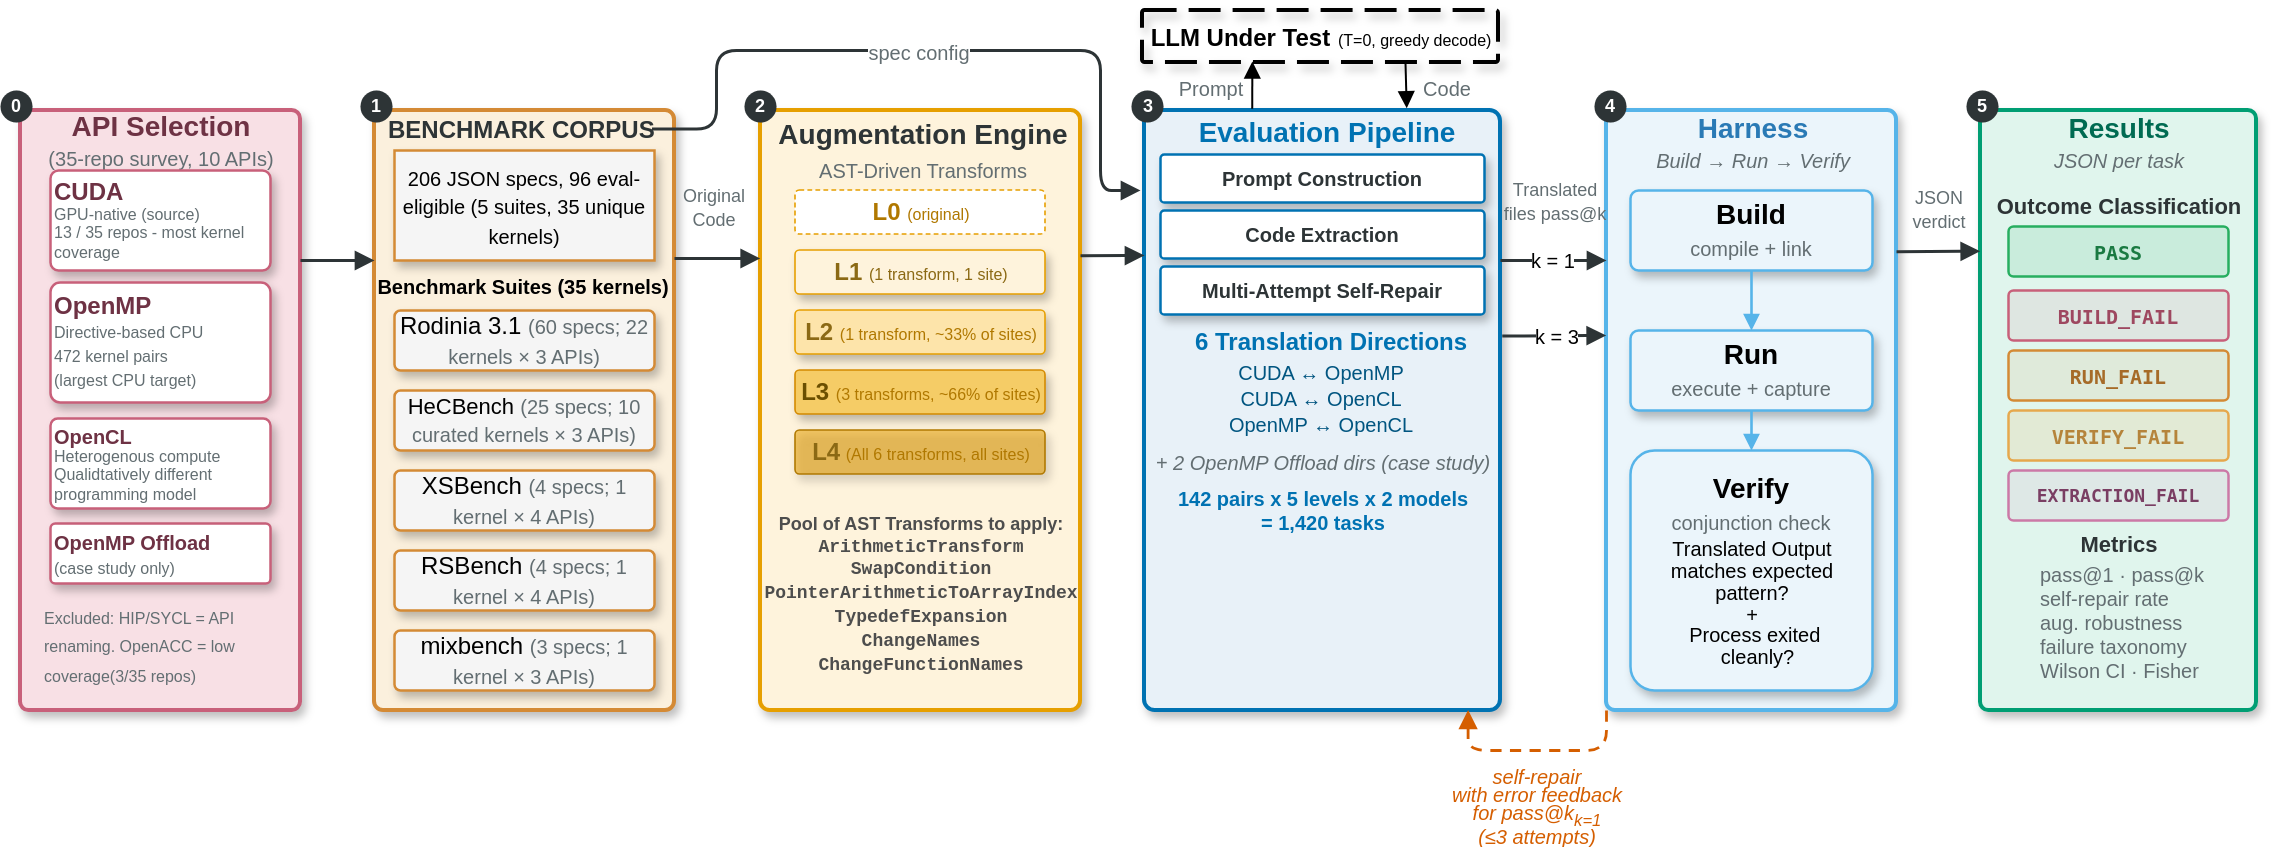
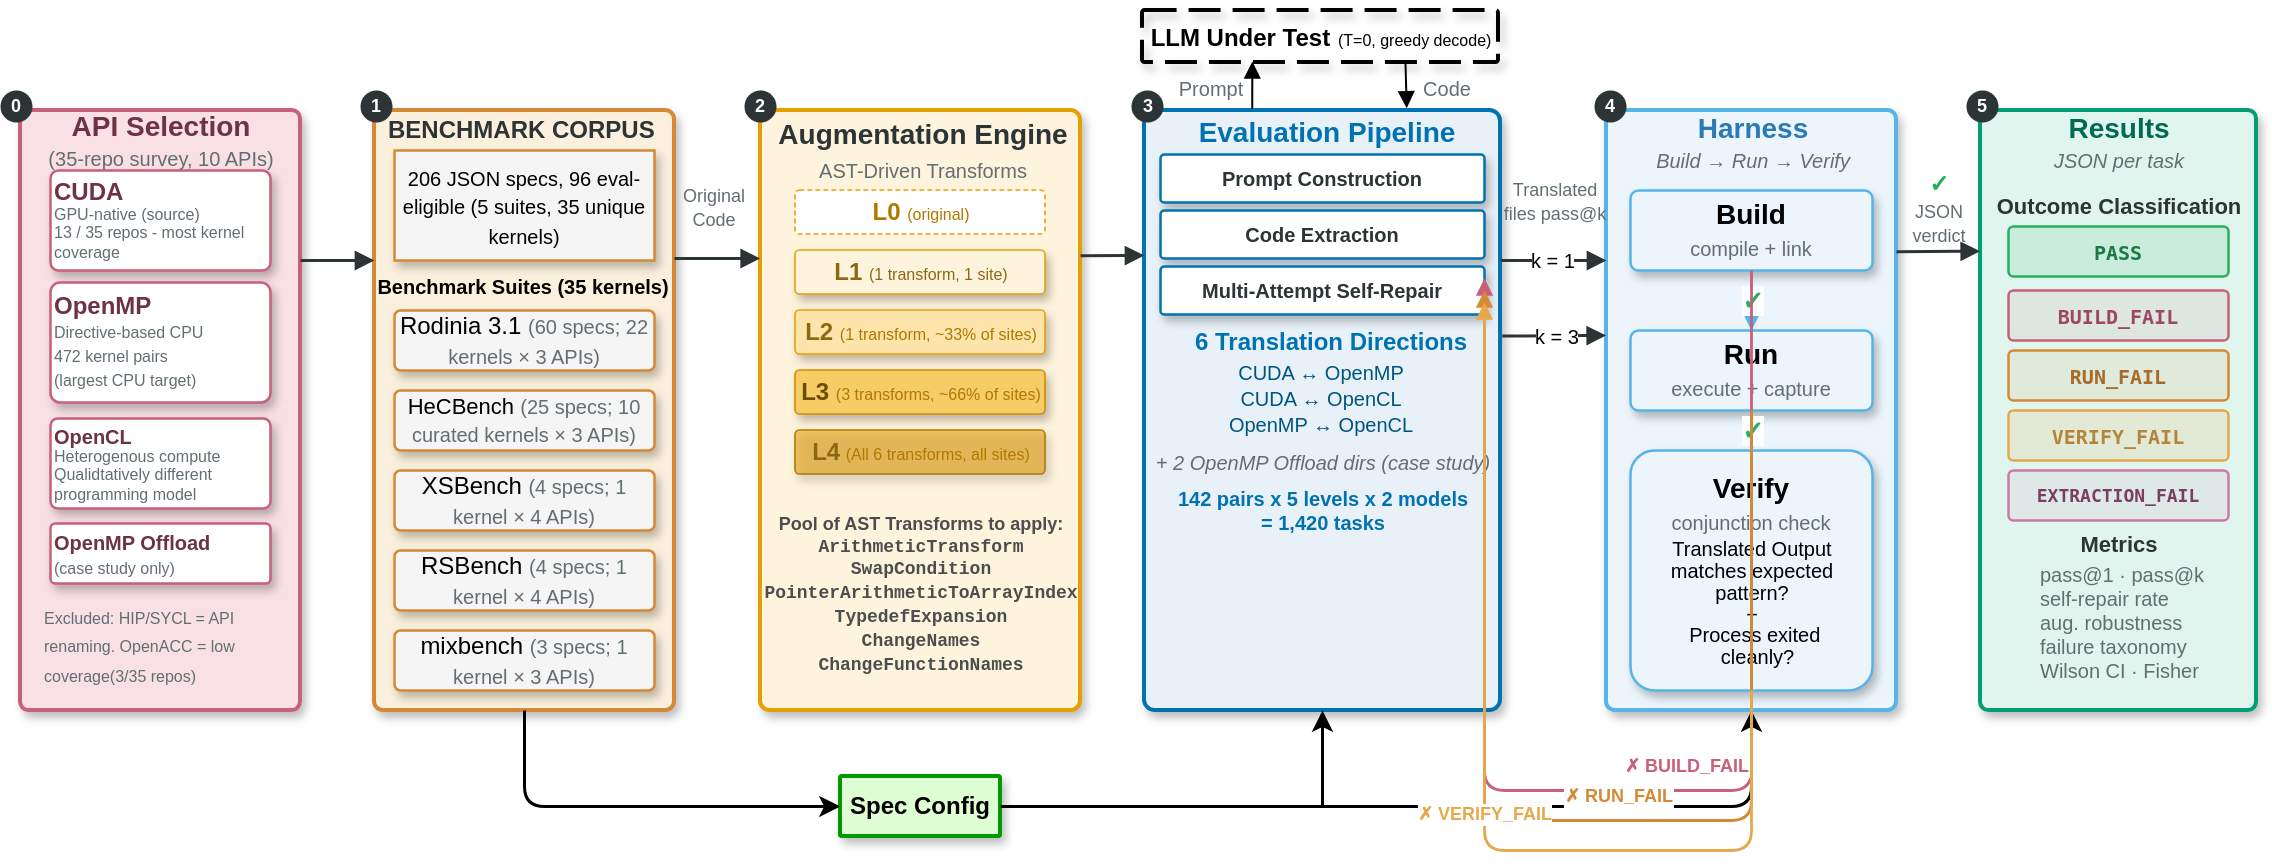
<mxfile host="Electron" agent="Mozilla/5.0 (Macintosh; Intel Mac OS X 10_15_7) AppleWebKit/537.36 (KHTML, like Gecko) draw.io/29.6.6 Chrome/144.0.7559.236 Electron/40.8.4 Safari/537.36" version="29.6.6">
  <diagram name="Page-1" id="bUnr9loA30vD7awPn5Ir">
-     <mxGraphModel dx="2242" dy="771" grid="1" gridSize="10" guides="1" tooltips="1" connect="1" arrows="1" fold="1" page="1" pageScale="1" pageWidth="990" pageHeight="600" background="#ffffff" math="0" shadow="0">
+     <mxGraphModel dx="2107" dy="688" grid="1" gridSize="10" guides="1" tooltips="1" connect="1" arrows="1" fold="1" page="1" pageScale="1" pageWidth="990" pageHeight="600" background="#ffffff" math="0" shadow="0">
      <root>
        <mxCell id="0" />
        <mxCell id="1" parent="0" />
        <mxCell id="akmjjUN86HI4yd5fyELq-2" parent="1" style="rounded=1;whiteSpace=wrap;html=1;arcSize=3;fillColor=#F8E0E5;strokeColor=#C8607A;strokeWidth=2;shadow=1;glass=0;gradientColor=none;" value="" vertex="1">
          <mxGeometry height="300" width="140" x="-170" y="110" as="geometry" />
        </mxCell>
        <mxCell id="llm_container" parent="1" style="rounded=1;arcSize=5;fillColor=none;strokeColor=#000000;strokeWidth=2;dashed=1;dashPattern=8 3;shadow=1;labelBackgroundColor=none;html=1;autosizeText=1;fontSize=14;" value="&lt;b&gt;&lt;font style=&quot;font-size: 12px;&quot;&gt;LLM Under Test&lt;/font&gt;&lt;/b&gt;&amp;nbsp;&lt;font style=&quot;font-size: 8px;&quot;&gt;(T=0, greedy decode)&lt;/font&gt;" vertex="1">
          <mxGeometry height="26" width="178" x="391" y="60" as="geometry" />
        </mxCell>
        <mxCell id="benchmark_container" parent="1" style="rounded=1;whiteSpace=wrap;html=1;arcSize=3;fillColor=#FBF0DD;strokeColor=#D48A35;strokeWidth=2;shadow=1;" value="" vertex="1">
          <mxGeometry height="300" width="150" x="7" y="110" as="geometry" />
        </mxCell>
-         <mxCell id="specs" parent="1" style="shape=document;whiteSpace=wrap;html=1;boundedLbl=1;size=0;fillColor=#F5F5F5;strokeColor=#D48A35;strokeWidth=1.25;rounded=0;shadow=1;perimeter=rhombusPerimeter;" value="&lt;font style=&quot;font-size: 11px;&quot;&gt;&lt;span style=&quot;font-size: 10px; text-align: left; line-height: 90%;&quot;&gt;206 JSON specs, 96 eval-eligible (5 suites, 35 unique kernels)&lt;/span&gt;&lt;br&gt;&lt;/font&gt;" vertex="1">
+         <mxCell id="specs" parent="1" style="shape=document;whiteSpace=wrap;html=1;boundedLbl=1;size=0;fillColor=#F5F5F5;strokeColor=#D48A35;strokeWidth=1.25;rounded=1;shadow=1;perimeter=rhombusPerimeter;" value="&lt;font style=&quot;font-size: 11px;&quot;&gt;&lt;span style=&quot;font-size: 10px; text-align: left; line-height: 90%;&quot;&gt;206 JSON specs, 96 eval-eligible (5 suites, 35 unique kernels)&lt;/span&gt;&lt;br&gt;&lt;/font&gt;" vertex="1">
          <mxGeometry height="55" width="130" x="17" y="130" as="geometry" />
        </mxCell>
-         <mxCell id="suites_header" parent="1" style="text;html=1;align=center;verticalAlign=middle;fontSize=12;fontColor=#2D3436;" value="&lt;b&gt;&lt;font style=&quot;color: rgb(0, 0, 0); font-size: 10px;&quot;&gt;Benchmark Suites (35 kernels)&lt;/font&gt;&lt;/b&gt;" vertex="1">
+         <mxCell id="suites_header" parent="1" style="text;html=1;align=center;verticalAlign=middle;fontSize=12;fontColor=#2D3436;rounded=1;" value="&lt;b&gt;&lt;font style=&quot;color: rgb(0, 0, 0); font-size: 10px;&quot;&gt;Benchmark Suites (35 kernels)&lt;/font&gt;&lt;/b&gt;" vertex="1">
          <mxGeometry height="20" width="130" x="15.75" y="188" as="geometry" />
        </mxCell>
        <mxCell id="rodinia" parent="1" style="rounded=1;whiteSpace=wrap;html=1;arcSize=10;fillColor=#F5F5F5;strokeColor=#D48A35;strokeWidth=1.25;fontSize=12;shadow=1;" value="Rodinia 3.1&amp;nbsp;&lt;font style=&quot;font-size: 10px; color: rgb(99, 110, 114);&quot;&gt;&lt;font&gt;(&lt;/font&gt;&lt;font&gt;&lt;span style=&quot;text-align: left;&quot;&gt;60 specs; 22 kernels × 3 APIs)&lt;/span&gt;&lt;/font&gt;&lt;/font&gt;" vertex="1">
          <mxGeometry height="30" width="130" x="17" y="210" as="geometry" />
        </mxCell>
        <mxCell id="xsbench" parent="1" style="rounded=1;whiteSpace=wrap;html=1;arcSize=10;fillColor=#F5F5F5;strokeColor=#D48A35;strokeWidth=1.25;fontSize=12;shadow=1;" value="XSBench&amp;nbsp;&lt;span style=&quot;color: rgb(99, 110, 114); font-size: 10px;&quot;&gt;(4 specs;&amp;nbsp;&lt;/span&gt;&lt;span style=&quot;color: rgb(99, 110, 114); font-size: 10px; text-align: left;&quot;&gt;1 kernel&amp;nbsp;&lt;/span&gt;&lt;span style=&quot;color: rgb(99, 110, 114); font-size: 10px; text-align: left;&quot;&gt;×&lt;/span&gt;&lt;span style=&quot;color: rgb(99, 110, 114); font-size: 10px; text-align: left;&quot;&gt;&amp;nbsp;4 APIs&lt;/span&gt;&lt;span style=&quot;color: rgb(99, 110, 114); font-size: 10px;&quot;&gt;)&lt;/span&gt;" vertex="1">
          <mxGeometry height="30" width="130" x="17" y="290" as="geometry" />
        </mxCell>
        <mxCell id="rsbench" parent="1" style="rounded=1;whiteSpace=wrap;html=1;arcSize=10;fillColor=#F5F5F5;strokeColor=#D48A35;strokeWidth=1.25;fontSize=12;shadow=1;" value="RSBench&amp;nbsp;&lt;span style=&quot;color: rgb(99, 110, 114); font-size: 10px;&quot;&gt;(4 specs;&amp;nbsp;&lt;/span&gt;&lt;span style=&quot;color: rgb(99, 110, 114); font-size: 10px; text-align: left;&quot;&gt;1 kernel&amp;nbsp;&lt;/span&gt;&lt;span style=&quot;color: rgb(99, 110, 114); font-size: 10px; text-align: left;&quot;&gt;×&lt;/span&gt;&lt;span style=&quot;color: rgb(99, 110, 114); font-size: 10px; text-align: left;&quot;&gt;&amp;nbsp;4 APIs&lt;/span&gt;&lt;span style=&quot;color: rgb(99, 110, 114); font-size: 10px;&quot;&gt;)&lt;/span&gt;" vertex="1">
          <mxGeometry height="30" width="130" x="17" y="330" as="geometry" />
        </mxCell>
        <mxCell id="mixbench" parent="1" style="rounded=1;whiteSpace=wrap;html=1;arcSize=10;fillColor=#F5F5F5;strokeColor=#D48A35;strokeWidth=1.25;fontSize=12;shadow=1;" value="mixbench&amp;nbsp;&lt;span style=&quot;color: rgb(99, 110, 114); font-size: 10px;&quot;&gt;(3 specs;&amp;nbsp;&lt;/span&gt;&lt;span style=&quot;color: rgb(99, 110, 114); font-size: 10px; text-align: left;&quot;&gt;1 kernel&amp;nbsp;&lt;/span&gt;&lt;span style=&quot;color: rgb(99, 110, 114); font-size: 10px; text-align: left;&quot;&gt;×&lt;/span&gt;&lt;span style=&quot;color: rgb(99, 110, 114); font-size: 10px; text-align: left;&quot;&gt;&amp;nbsp;3 APIs&lt;/span&gt;&lt;span style=&quot;color: rgb(99, 110, 114); font-size: 10px;&quot;&gt;)&lt;/span&gt;" vertex="1">
          <mxGeometry height="30" width="130" x="17" y="370" as="geometry" />
        </mxCell>
        <mxCell id="hecbench" parent="1" style="rounded=1;whiteSpace=wrap;html=1;arcSize=10;fillColor=#F5F5F5;strokeColor=#D48A35;strokeWidth=1.25;fontSize=11;shadow=1;" value="HeCBench &lt;font style=&quot;font-size: 10px; color: rgb(99, 110, 114);&quot;&gt;(25 specs;&amp;nbsp;&lt;span style=&quot;text-align: left;&quot;&gt;10 curated kernels&amp;nbsp;&lt;/span&gt;&lt;span style=&quot;text-align: left;&quot;&gt;×&lt;/span&gt;&lt;span style=&quot;text-align: left;&quot;&gt;&amp;nbsp;3 APIs&lt;/span&gt;)&lt;/font&gt;" vertex="1">
          <mxGeometry height="30" width="130" x="17" y="250" as="geometry" />
        </mxCell>
        <mxCell id="aug_container" parent="1" style="rounded=1;whiteSpace=wrap;html=1;arcSize=3;fillColor=#FEF3DC;strokeColor=#E69F00;strokeWidth=2;shadow=1;" value="" vertex="1">
          <mxGeometry height="300" width="160" x="200" y="110" as="geometry" />
        </mxCell>
-         <mxCell id="aug_title1" parent="1" style="text;html=1;align=center;verticalAlign=middle;fontColor=#2D3436;" value="&lt;b style=&quot;&quot;&gt;&lt;font style=&quot;font-size: 14px;&quot;&gt;Augmentation Engine&lt;br&gt;&lt;/font&gt;&lt;/b&gt;&lt;span style=&quot;color: rgb(99, 110, 114); font-size: 10px;&quot;&gt;AST-Driven Transforms&lt;/span&gt;&lt;b style=&quot;&quot;&gt;&lt;font style=&quot;font-size: 14px;&quot;&gt;&lt;/font&gt;&lt;/b&gt;" vertex="1">
+         <mxCell id="aug_title1" parent="1" style="text;html=1;align=center;verticalAlign=middle;fontColor=#2D3436;rounded=1;" value="&lt;b style=&quot;&quot;&gt;&lt;font style=&quot;font-size: 14px;&quot;&gt;Augmentation Engine&lt;br&gt;&lt;/font&gt;&lt;/b&gt;&lt;span style=&quot;color: rgb(99, 110, 114); font-size: 10px;&quot;&gt;AST-Driven Transforms&lt;/span&gt;&lt;b style=&quot;&quot;&gt;&lt;font style=&quot;font-size: 14px;&quot;&gt;&lt;/font&gt;&lt;/b&gt;" vertex="1">
          <mxGeometry height="30" width="145" x="208" y="115" as="geometry" />
        </mxCell>
-         <mxCell id="aug_transforms1" parent="1" style="text;html=1;align=center;verticalAlign=middle;fontSize=9;fontColor=#636e72;" value="&lt;div style=&quot;&quot;&gt;&lt;b style=&quot;color: rgb(77, 77, 77);&quot;&gt;Pool of AST Transforms to apply:&lt;/b&gt;&lt;/div&gt;&lt;div style=&quot;&quot;&gt;&lt;b style=&quot;color: rgb(77, 77, 77); font-family: &amp;quot;Courier New&amp;quot;;&quot;&gt;ArithmeticTransform&lt;br&gt;SwapCondition&lt;/b&gt;&lt;/div&gt;&lt;div style=&quot;&quot;&gt;&lt;b style=&quot;color: rgb(77, 77, 77); font-family: &amp;quot;Courier New&amp;quot;;&quot;&gt;PointerArithmeticToArrayIndex&lt;/b&gt;&lt;/div&gt;&lt;div style=&quot;&quot;&gt;&lt;b style=&quot;color: rgb(77, 77, 77); font-family: &amp;quot;Courier New&amp;quot;;&quot;&gt;TypedefExpansion&lt;br&gt;ChangeNames&lt;br&gt;ChangeFunctionNames&lt;/b&gt;&lt;/div&gt;" vertex="1">
+         <mxCell id="aug_transforms1" parent="1" style="text;html=1;align=center;verticalAlign=middle;fontSize=9;fontColor=#636e72;rounded=1;" value="&lt;div style=&quot;&quot;&gt;&lt;b style=&quot;color: rgb(77, 77, 77);&quot;&gt;Pool of AST Transforms to apply:&lt;/b&gt;&lt;/div&gt;&lt;div style=&quot;&quot;&gt;&lt;b style=&quot;color: rgb(77, 77, 77); font-family: &amp;quot;Courier New&amp;quot;;&quot;&gt;ArithmeticTransform&lt;br&gt;SwapCondition&lt;/b&gt;&lt;/div&gt;&lt;div style=&quot;&quot;&gt;&lt;b style=&quot;color: rgb(77, 77, 77); font-family: &amp;quot;Courier New&amp;quot;;&quot;&gt;PointerArithmeticToArrayIndex&lt;/b&gt;&lt;/div&gt;&lt;div style=&quot;&quot;&gt;&lt;b style=&quot;color: rgb(77, 77, 77); font-family: &amp;quot;Courier New&amp;quot;;&quot;&gt;TypedefExpansion&lt;br&gt;ChangeNames&lt;br&gt;ChangeFunctionNames&lt;/b&gt;&lt;/div&gt;" vertex="1">
          <mxGeometry height="14" width="144" x="208" y="345" as="geometry" />
        </mxCell>
        <mxCell id="L0" parent="1" style="rounded=1;whiteSpace=wrap;html=1;arcSize=10;fillColor=#FFFFFF;strokeColor=#E69F00;strokeWidth=0.8;dashed=1;dashPattern=3 2;fontSize=10;fontStyle=1;fontColor=#B07800;" value="&lt;font style=&quot;font-size: 12px;&quot;&gt;L0 &lt;/font&gt;&lt;font style=&quot;font-size: 8px; font-weight: normal;&quot;&gt;(original)&lt;/font&gt;" vertex="1">
          <mxGeometry height="22" width="125" x="217.5" y="150" as="geometry" />
        </mxCell>
        <mxCell id="L1" parent="1" style="rounded=1;whiteSpace=wrap;html=1;arcSize=10;fillColor=#FEF3DC;strokeColor=#E69F00;strokeWidth=0.8;fontSize=10;fontStyle=1;fontColor=#8B6914;shadow=1;align=center;" value="&lt;font style=&quot;&quot;&gt;&lt;span style=&quot;font-size: 12px;&quot;&gt;L1&amp;nbsp;&lt;/span&gt;&lt;font style=&quot;font-size: 8px; font-weight: normal;&quot;&gt;(1 transform, 1 site)&lt;/font&gt;&lt;/font&gt;" vertex="1">
          <mxGeometry height="22" width="125" x="217.5" y="180" as="geometry" />
        </mxCell>
        <mxCell id="L2" parent="1" style="rounded=1;whiteSpace=wrap;html=1;arcSize=10;fillColor=#FDE4AA;strokeColor=#E69F00;strokeWidth=0.8;fontSize=10;fontStyle=1;fontColor=#8B6914;shadow=1;align=center;" value="&lt;font style=&quot;&quot;&gt;&lt;span style=&quot;font-size: 12px;&quot;&gt;L2&amp;nbsp;&lt;/span&gt;&lt;font style=&quot;color: rgb(176, 120, 0); font-size: 8px; font-weight: normal;&quot;&gt;(1 transform, ~33% of sites)&lt;/font&gt;&lt;/font&gt;" vertex="1">
          <mxGeometry height="22" width="125" x="217.5" y="210" as="geometry" />
        </mxCell>
        <mxCell id="L3" parent="1" style="rounded=1;whiteSpace=wrap;html=1;arcSize=10;fillColor=#F5CC66;strokeColor=#D48A00;strokeWidth=0.8;fontSize=10;fontStyle=1;fontColor=#6B4F00;shadow=1;align=center;" value="&lt;font style=&quot;&quot;&gt;&lt;span style=&quot;font-size: 12px;&quot;&gt;L3&amp;nbsp;&lt;/span&gt;&lt;font style=&quot;color: rgb(176, 120, 0); font-size: 8px; font-weight: normal;&quot;&gt;(3 transforms, ~66% of sites)&lt;/font&gt;&lt;/font&gt;" vertex="1">
          <mxGeometry height="22" width="125" x="217.5" y="240" as="geometry" />
        </mxCell>
        <mxCell id="L4" parent="1" style="rounded=1;whiteSpace=wrap;html=1;arcSize=10;fillColor=#E69F00;fillOpacity=55;strokeColor=#B07800;strokeWidth=0.8;fontSize=10;fontColor=#3D2800;shadow=1;align=center;" value="&lt;b&gt;&lt;font style=&quot;color: rgb(139, 105, 20); font-size: 12px;&quot;&gt;L4&lt;/font&gt;&amp;nbsp;&lt;/b&gt;&lt;span style=&quot;font-size: 8px;&quot;&gt;&lt;font style=&quot;color: rgb(176, 120, 0);&quot;&gt;(All 6 transforms, all sites)&lt;/font&gt;&lt;/span&gt;" vertex="1">
          <mxGeometry height="22" width="125" x="217.5" y="270" as="geometry" />
        </mxCell>
        <mxCell id="pipeline_container" parent="1" style="rounded=1;whiteSpace=wrap;html=1;arcSize=3;fillColor=#E8F1F8;strokeColor=#0072B2;strokeWidth=2;shadow=1;" value="" vertex="1">
          <mxGeometry height="300" width="178" x="392" y="110" as="geometry" />
        </mxCell>
-         <mxCell id="pipe_title" parent="1" style="text;html=1;align=center;verticalAlign=middle;" value="&lt;font color=&quot;#0072B2&quot; style=&quot;font-size: 14px;&quot;&gt;&lt;b style=&quot;&quot;&gt;Evaluation Pipeline&lt;/b&gt;&lt;/font&gt;" vertex="1">
+         <mxCell id="pipe_title" parent="1" style="text;html=1;align=center;verticalAlign=middle;rounded=1;" value="&lt;font color=&quot;#0072B2&quot; style=&quot;font-size: 14px;&quot;&gt;&lt;b style=&quot;&quot;&gt;Evaluation Pipeline&lt;/b&gt;&lt;/font&gt;" vertex="1">
          <mxGeometry height="20" width="150" x="407.5" y="111" as="geometry" />
        </mxCell>
-         <mxCell id="pipe_dirs_title" parent="1" style="text;html=1;align=center;verticalAlign=middle;fontSize=11;" value="&lt;b&gt;&lt;font color=&quot;#0072B2&quot; style=&quot;font-size: 12px;&quot;&gt;6 Translation Directions&lt;/font&gt;&lt;/b&gt;" vertex="1">
+         <mxCell id="pipe_dirs_title" parent="1" style="text;html=1;align=center;verticalAlign=middle;fontSize=11;rounded=1;" value="&lt;b&gt;&lt;font color=&quot;#0072B2&quot; style=&quot;font-size: 12px;&quot;&gt;6 Translation Directions&lt;/font&gt;&lt;/b&gt;" vertex="1">
          <mxGeometry height="20" width="150" x="410" y="216" as="geometry" />
        </mxCell>
-         <mxCell id="pipe_dir1" parent="1" style="text;html=1;align=center;verticalAlign=middle;fontSize=11;fontColor=#005580;" value="&lt;font style=&quot;font-size: 10px;&quot;&gt;CUDA  ↔  OpenMP&lt;br&gt;CUDA ↔ OpenCL&lt;br&gt;OpenMP ↔ OpenCL&lt;/font&gt;" vertex="1">
+         <mxCell id="pipe_dir1" parent="1" style="text;html=1;align=center;verticalAlign=middle;fontSize=11;fontColor=#005580;rounded=1;" value="&lt;font style=&quot;font-size: 10px;&quot;&gt;CUDA  ↔  OpenMP&lt;br&gt;CUDA ↔ OpenCL&lt;br&gt;OpenMP ↔ OpenCL&lt;/font&gt;" vertex="1">
          <mxGeometry height="20" width="90" x="435" y="244" as="geometry" />
        </mxCell>
-         <mxCell id="pipe_ompt" parent="1" style="text;html=1;align=center;verticalAlign=middle;" value="&lt;i style=&quot;font-size:10px;color:#636e72&quot;&gt;+ 2 OpenMP Offload dirs (case study)&lt;/i&gt;" vertex="1">
+         <mxCell id="pipe_ompt" parent="1" style="text;html=1;align=center;verticalAlign=middle;rounded=1;" value="&lt;i style=&quot;font-size:10px;color:#636e72&quot;&gt;+ 2 OpenMP Offload dirs (case study)&lt;/i&gt;" vertex="1">
          <mxGeometry height="20" width="120" x="421" y="276" as="geometry" />
        </mxCell>
-         <mxCell id="pipe_tasks1" parent="1" style="text;html=1;align=center;verticalAlign=middle;fontSize=10;" value="&lt;font color=&quot;#0072B2&quot;&gt;&lt;b&gt;142 pairs x 5 levels x 2 models&lt;br&gt;= 1&lt;/b&gt;&lt;/font&gt;&lt;b style=&quot;color: rgb(0, 114, 178);&quot;&gt;,420 tasks&lt;/b&gt;" vertex="1">
+         <mxCell id="pipe_tasks1" parent="1" style="text;html=1;align=center;verticalAlign=middle;fontSize=10;rounded=1;" value="&lt;font color=&quot;#0072B2&quot;&gt;&lt;b&gt;142 pairs x 5 levels x 2 models&lt;br&gt;= 1&lt;/b&gt;&lt;/font&gt;&lt;b style=&quot;color: rgb(0, 114, 178);&quot;&gt;,420 tasks&lt;/b&gt;" vertex="1">
          <mxGeometry height="40" width="150" x="406" y="290" as="geometry" />
        </mxCell>
        <mxCell id="harness_container" parent="1" style="rounded=1;whiteSpace=wrap;html=1;arcSize=3;fillColor=#EBF5FB;strokeColor=#56B4E9;strokeWidth=2;shadow=1;" value="" vertex="1">
          <mxGeometry height="300" width="145" x="623" y="110" as="geometry" />
        </mxCell>
-         <mxCell id="harness_title" parent="1" style="text;html=1;align=center;verticalAlign=middle;" value="&lt;font color=&quot;#2A7AB5&quot; style=&quot;font-size:14px&quot;&gt;&lt;b&gt;Harness&lt;/b&gt;&lt;/font&gt;&lt;br&gt;&lt;i style=&quot;font-size:10px;color:#636e72&quot;&gt;Build → Run → Verify&lt;/i&gt;" vertex="1">
+         <mxCell id="harness_title" parent="1" style="text;html=1;align=center;verticalAlign=middle;rounded=1;" value="&lt;font color=&quot;#2A7AB5&quot; style=&quot;font-size:14px&quot;&gt;&lt;b&gt;Harness&lt;/b&gt;&lt;/font&gt;&lt;br&gt;&lt;i style=&quot;font-size:10px;color:#636e72&quot;&gt;Build → Run → Verify&lt;/i&gt;" vertex="1">
          <mxGeometry height="20" width="145" x="623" y="116" as="geometry" />
        </mxCell>
        <mxCell id="build_box" parent="1" style="rounded=1;whiteSpace=wrap;html=1;arcSize=10;fillColor=#EBF5FB;strokeColor=#56B4E9;strokeWidth=1.25;fontSize=13;shadow=1;" value="&lt;b&gt;&lt;font style=&quot;font-size: 14px;&quot;&gt;Build&lt;/font&gt;&lt;/b&gt;&lt;br&gt;&lt;font style=&quot;font-size: 10px;&quot; color=&quot;#636e72&quot;&gt;compile + link&lt;/font&gt;" vertex="1">
          <mxGeometry height="40" width="121" x="635" y="150" as="geometry" />
        </mxCell>
        <mxCell id="run_box" parent="1" style="rounded=1;whiteSpace=wrap;html=1;arcSize=10;fillColor=#EBF5FB;strokeColor=#56B4E9;strokeWidth=1.25;fontSize=13;shadow=1;" value="&lt;font style=&quot;font-size: 14px;&quot;&gt;&lt;b style=&quot;&quot;&gt;Run&lt;/b&gt;&lt;br&gt;&lt;/font&gt;&lt;font style=&quot;font-size: 10px;&quot; color=&quot;#636e72&quot;&gt;execute + capture&lt;/font&gt;" vertex="1">
          <mxGeometry height="40" width="121" x="635" y="220" as="geometry" />
        </mxCell>
        <mxCell id="verify_box" parent="1" style="rounded=1;whiteSpace=wrap;html=1;arcSize=10;fillColor=#EBF5FB;strokeColor=#56B4E9;strokeWidth=1.25;fontSize=13;verticalAlign=top;spacingTop=4;shadow=1;" value="&lt;b&gt;&lt;font style=&quot;font-size: 14px;&quot;&gt;Verify&lt;/font&gt;&lt;/b&gt;&lt;br&gt;&lt;font style=&quot;font-size: 10px;&quot; color=&quot;#636e72&quot;&gt;conjunction check&lt;/font&gt;" vertex="1">
          <mxGeometry height="120" width="121" x="635" y="280" as="geometry" />
        </mxCell>
-         <mxCell id="build_to_run" edge="1" parent="1" source="build_box" style="edgeStyle=orthogonalEdgeStyle;strokeColor=#56B4E9;strokeWidth=1.3;endArrow=block;endFill=1;endSize=5;" target="run_box">
+         <mxCell id="build_to_run" edge="1" parent="1" source="build_box" style="edgeStyle=orthogonalEdgeStyle;strokeColor=#56B4E9;strokeWidth=1.3;endArrow=block;endFill=1;endSize=5;html=1;" value="&lt;font color=&quot;#27ae60&quot; style=&quot;font-size:13px&quot;&gt;&lt;b&gt;✓&lt;/b&gt;&lt;/font&gt;" target="run_box">
          <mxGeometry relative="1" as="geometry" />
        </mxCell>
-         <mxCell id="run_to_verify" edge="1" parent="1" source="run_box" style="edgeStyle=orthogonalEdgeStyle;strokeColor=#56B4E9;strokeWidth=1.3;endArrow=block;endFill=1;endSize=5;" target="verify_box">
+         <mxCell id="run_to_verify" edge="1" parent="1" source="run_box" style="edgeStyle=orthogonalEdgeStyle;strokeColor=#56B4E9;strokeWidth=1.3;endArrow=block;endFill=1;endSize=5;html=1;" value="&lt;font color=&quot;#27ae60&quot; style=&quot;font-size:13px&quot;&gt;&lt;b&gt;✓&lt;/b&gt;&lt;/font&gt;" target="verify_box">
          <mxGeometry relative="1" as="geometry" />
        </mxCell>
        <mxCell id="results_container" parent="1" style="rounded=1;whiteSpace=wrap;html=1;arcSize=3;fillColor=#E0F5ED;strokeColor=#009E73;strokeWidth=2;shadow=1;" value="" vertex="1">
          <mxGeometry height="300" width="138" x="810" y="110" as="geometry" />
        </mxCell>
-         <mxCell id="results_title" parent="1" style="text;html=1;align=center;verticalAlign=middle;" value="&lt;font color=&quot;#006B52&quot; style=&quot;font-size:14px&quot;&gt;&lt;b&gt;Results&lt;/b&gt;&lt;/font&gt;&lt;br&gt;&lt;i style=&quot;font-size:10px;color:#636e72&quot;&gt;JSON per task&lt;/i&gt;" vertex="1">
+         <mxCell id="results_title" parent="1" style="text;html=1;align=center;verticalAlign=middle;rounded=1;" value="&lt;font color=&quot;#006B52&quot; style=&quot;font-size:14px&quot;&gt;&lt;b&gt;Results&lt;/b&gt;&lt;/font&gt;&lt;br&gt;&lt;i style=&quot;font-size:10px;color:#636e72&quot;&gt;JSON per task&lt;/i&gt;" vertex="1">
          <mxGeometry height="30" width="120" x="819" y="111" as="geometry" />
        </mxCell>
-         <mxCell id="outcome_title" parent="1" style="text;html=1;align=center;verticalAlign=middle;fontSize=11;fontColor=#2D3436;" value="&lt;b&gt;Outcome Classification&lt;/b&gt;" vertex="1">
+         <mxCell id="outcome_title" parent="1" style="text;html=1;align=center;verticalAlign=middle;fontSize=11;fontColor=#2D3436;rounded=1;" value="&lt;b&gt;Outcome Classification&lt;/b&gt;" vertex="1">
          <mxGeometry height="20" width="120" x="819" y="148" as="geometry" />
        </mxCell>
        <mxCell id="pass_box" parent="1" style="rounded=1;whiteSpace=wrap;html=1;arcSize=10;fillColor=#27ae60;fillOpacity=12;strokeColor=#27ae60;strokeWidth=1.25;fontSize=10;fontColor=#1a7a42;" value="&lt;code&gt;&lt;b&gt;PASS&lt;/b&gt;&lt;/code&gt;" vertex="1">
          <mxGeometry height="25" width="110" x="824" y="168" as="geometry" />
        </mxCell>
        <mxCell id="buildfail_box" parent="1" style="rounded=1;whiteSpace=wrap;html=1;arcSize=10;fillColor=#C8607A;fillOpacity=10;strokeColor=#C8607A;strokeWidth=1.25;fontSize=10;fontColor=#9E4860;" value="&lt;code&gt;&lt;b&gt;BUILD_FAIL&lt;/b&gt;&lt;/code&gt;" vertex="1">
          <mxGeometry height="25" width="110" x="824" y="200" as="geometry" />
        </mxCell>
        <mxCell id="runfail_box" parent="1" style="rounded=1;whiteSpace=wrap;html=1;arcSize=10;fillColor=#D48A35;fillOpacity=10;strokeColor=#D48A35;strokeWidth=1.25;fontSize=10;fontColor=#A66B28;" value="&lt;code&gt;&lt;b&gt;RUN_FAIL&lt;/b&gt;&lt;/code&gt;" vertex="1">
          <mxGeometry height="25" width="110" x="824" y="230" as="geometry" />
        </mxCell>
        <mxCell id="verifyfail_box" parent="1" style="rounded=1;whiteSpace=wrap;html=1;arcSize=10;fillColor=#E6A84D;fillOpacity=15;strokeColor=#E6A84D;strokeWidth=1.25;fontSize=10;fontColor=#B5843B;" value="&lt;code&gt;&lt;b&gt;VERIFY_FAIL&lt;/b&gt;&lt;/code&gt;" vertex="1">
          <mxGeometry height="25" width="110" x="824" y="260" as="geometry" />
        </mxCell>
        <mxCell id="extractfail_box" parent="1" style="rounded=1;whiteSpace=wrap;html=1;arcSize=10;fillColor=#CC79A7;fillOpacity=10;strokeColor=#CC79A7;strokeWidth=1.25;fontSize=9;fontColor=#7A3E63;" value="&lt;code&gt;&lt;b&gt;EXTRACTION_FAIL&lt;/b&gt;&lt;/code&gt;" vertex="1">
          <mxGeometry height="25" width="110" x="824" y="290" as="geometry" />
        </mxCell>
-         <mxCell id="metrics_title" parent="1" style="text;html=1;align=center;verticalAlign=middle;fontSize=11;fontColor=#2D3436;" value="&lt;b&gt;Metrics&lt;/b&gt;" vertex="1">
+         <mxCell id="metrics_title" parent="1" style="text;html=1;align=center;verticalAlign=middle;fontSize=11;fontColor=#2D3436;rounded=1;" value="&lt;b&gt;Metrics&lt;/b&gt;" vertex="1">
          <mxGeometry height="20" width="120" x="819" y="316.5" as="geometry" />
-         </mxCell>
-         <mxCell id="specs_to_pipe" edge="1" parent="1" style="strokeColor=#2D3436;strokeWidth=1.5;endArrow=block;endFill=1;endSize=6;exitX=1.002;exitY=0.065;exitDx=0;exitDy=0;edgeStyle=orthogonalEdgeStyle;exitPerimeter=0;">
-           <mxGeometry relative="1" as="geometry">
-             <Array as="points">
-               <mxPoint x="178" y="119" />
-               <mxPoint x="178" y="80" />
-               <mxPoint x="370" y="80" />
-               <mxPoint x="370" y="150" />
-             </Array>
-             <mxPoint x="145.75000000000017" y="119.25" as="sourcePoint" />
-             <mxPoint x="390" y="150" as="targetPoint" />
-           </mxGeometry>
-         </mxCell>
-         <mxCell id="specs_to_pipe_label" connectable="0" parent="specs_to_pipe" style="edgeLabel;html=1;align=center;verticalAlign=middle;fontSize=10;fontColor=#636e72;" value="spec config" vertex="1">
-           <mxGeometry relative="1" x="0.3" as="geometry">
-             <mxPoint x="-58" y="1" as="offset" />
-           </mxGeometry>
        </mxCell>
        <mxCell id="sources_to_aug" edge="1" parent="1" style="strokeColor=#2D3436;strokeWidth=1.5;endArrow=block;endFill=1;endSize=6;entryX=0;entryY=0.25;entryDx=0;entryDy=0;">
          <mxGeometry relative="1" as="geometry">
            <mxPoint x="157" y="184" as="sourcePoint" />
            <mxPoint x="199.85" y="184" as="targetPoint" />
          </mxGeometry>
        </mxCell>
        <mxCell id="aug_to_pipe" edge="1" parent="1" style="strokeColor=#2D3436;strokeWidth=1.5;endArrow=block;endFill=1;endSize=6;exitX=1;exitY=0.25;exitDx=0;exitDy=0;entryX=0;entryY=0.333;entryDx=0;entryDy=0;entryPerimeter=0;">
          <mxGeometry relative="1" as="geometry">
            <mxPoint x="360" y="182.58000000000007" as="sourcePoint" />
            <mxPoint x="392" y="182.50499999999997" as="targetPoint" />
          </mxGeometry>
        </mxCell>
        <mxCell id="pipe_to_gemini" edge="1" parent="1" source="pipeline_container" style="strokeColor=#000000;strokeWidth=1;endArrow=block;endFill=1;endSize=6;exitX=0.304;exitY=-0.002;exitDx=0;exitDy=0;exitPerimeter=0;entryX=0.31;entryY=0.99;entryDx=0;entryDy=0;entryPerimeter=0;" target="llm_container">
          <mxGeometry relative="1" as="geometry">
            <mxPoint x="478" y="112" as="sourcePoint" />
            <mxPoint x="446" y="90" as="targetPoint" />
          </mxGeometry>
        </mxCell>
-         <mxCell id="prompt_label" parent="1" style="text;html=1;align=center;verticalAlign=middle;fontSize=10;fontColor=#636e72;" value="Prompt" vertex="1">
+         <mxCell id="prompt_label" parent="1" style="text;html=1;align=center;verticalAlign=middle;fontSize=10;fontColor=#636e72;rounded=1;" value="Prompt" vertex="1">
          <mxGeometry height="14" width="30" x="410" y="91.5" as="geometry" />
        </mxCell>
        <mxCell id="gemini_to_pipe" edge="1" parent="1" source="llm_container" style="strokeColor=#000000;strokeWidth=1;endArrow=block;endFill=1;endSize=6;exitX=0.74;exitY=0.972;exitDx=0;exitDy=0;entryX=0.738;entryY=-0.003;entryDx=0;entryDy=0;exitPerimeter=0;entryPerimeter=0;" target="pipeline_container">
          <mxGeometry relative="1" as="geometry">
            <mxPoint x="478.2750000000001" y="77.37" as="sourcePoint" />
            <mxPoint x="498" y="112" as="targetPoint" />
          </mxGeometry>
        </mxCell>
-         <mxCell id="code_label" parent="1" style="text;html=1;align=center;verticalAlign=middle;fontSize=10;fontColor=#636e72;" value="Code" vertex="1">
+         <mxCell id="code_label" parent="1" style="text;html=1;align=center;verticalAlign=middle;fontSize=10;fontColor=#636e72;rounded=1;" value="Code" vertex="1">
          <mxGeometry height="14" width="30" x="527.5" y="91.5" as="geometry" />
        </mxCell>
        <mxCell id="pipe_to_harness" edge="1" parent="1" style="strokeColor=#2D3436;strokeWidth=1.5;endArrow=block;endFill=1;endSize=6;entryX=0;entryY=0.25;entryDx=0;entryDy=0;" target="harness_container">
          <mxGeometry relative="1" as="geometry">
            <mxPoint x="570" y="185" as="sourcePoint" />
            <mxPoint x="620" y="180" as="targetPoint" />
          </mxGeometry>
        </mxCell>
-         <mxCell id="akmjjUN86HI4yd5fyELq-25" connectable="0" parent="pipe_to_harness" style="edgeLabel;html=1;align=center;verticalAlign=middle;resizable=0;points=[];fontSize=10;labelBackgroundColor=default;" value="k = 1" vertex="1">
+         <mxCell id="akmjjUN86HI4yd5fyELq-25" connectable="0" parent="pipe_to_harness" style="edgeLabel;html=1;align=center;verticalAlign=middle;resizable=0;points=[];fontSize=10;labelBackgroundColor=default;rounded=1;" value="k = 1" vertex="1">
          <mxGeometry relative="1" x="-0.2059" as="geometry">
            <mxPoint x="5" as="offset" />
          </mxGeometry>
        </mxCell>
-         <mxCell id="translated_label" parent="1" style="text;html=1;align=center;verticalAlign=middle;fontSize=10;fontColor=#636e72;" value="&lt;font style=&quot;font-size: 9px;&quot;&gt;Translated&lt;br&gt;files pass@k&lt;/font&gt;" vertex="1">
+         <mxCell id="translated_label" parent="1" style="text;html=1;align=center;verticalAlign=middle;fontSize=10;fontColor=#636e72;rounded=1;" value="&lt;font style=&quot;font-size: 9px;&quot;&gt;Translated&lt;br&gt;files pass@k&lt;/font&gt;" vertex="1">
          <mxGeometry height="28" width="40.5" x="576.5" y="141" as="geometry" />
        </mxCell>
        <mxCell id="harness_to_results" edge="1" parent="1" style="strokeColor=#2D3436;strokeWidth=1.5;endArrow=block;endFill=1;endSize=6;exitX=1.001;exitY=0.281;exitDx=0;exitDy=0;exitPerimeter=0;">
          <mxGeometry relative="1" as="geometry">
            <mxPoint x="768.005" y="180.66300000000004" as="sourcePoint" />
            <mxPoint x="809.86" y="180.33" as="targetPoint" />
          </mxGeometry>
        </mxCell>
-         <mxCell id="self_repair" edge="1" parent="1" source="harness_container" style="strokeColor=#D55E00;strokeWidth=1.4;dashed=1;dashPattern=4 3;endArrow=block;endFill=1;endSize=6;exitX=0;exitY=1;exitDx=0;exitDy=0;entryX=0.909;entryY=0.999;entryDx=0;entryDy=0;entryPerimeter=0;edgeStyle=orthogonalEdgeStyle;" target="pipeline_container">
-           <mxGeometry relative="1" as="geometry">
-             <Array as="points">
-               <mxPoint x="623" y="430" />
-               <mxPoint x="554" y="430" />
-             </Array>
-             <mxPoint x="628" y="410" as="sourcePoint" />
-             <mxPoint x="530" y="460" as="targetPoint" />
-           </mxGeometry>
-         </mxCell>
-         <mxCell id="self_repair_label" parent="1" style="text;html=1;align=center;verticalAlign=middle;fontSize=10;" value="&lt;div style=&quot;line-height: 90%;&quot;&gt;&lt;i style=&quot;color:#D55E00&quot;&gt;self-repair &lt;br&gt;with error feedback &lt;br&gt;for pass@k&lt;sub style=&quot;line-height: 90%;&quot;&gt;k=1&lt;span style=&quot;font-size: 8.33333px;&quot;&gt;&lt;br&gt;&lt;/span&gt;&lt;/sub&gt;&lt;/i&gt;&lt;i style=&quot;background-color: transparent; color: rgb(213, 94, 0);&quot;&gt;(≤3 attempts)&lt;/i&gt;&lt;/div&gt;" vertex="1">
-           <mxGeometry height="16" width="105" x="535.5" y="450" as="geometry" />
-         </mxCell>
-         <mxCell id="w2Y73H6_pt1177Ohcq_N-19" parent="1" style="text;html=1;whiteSpace=wrap;strokeColor=none;fillColor=none;align=center;verticalAlign=middle;rounded=0;" value="&lt;p style=&quot;line-height: 90%;&quot;&gt;&lt;font style=&quot;font-size: 9px;&quot;&gt;&lt;span style=&quot;color: rgb(99, 110, 114); text-wrap-mode: nowrap; line-height: 90%;&quot;&gt;Original&lt;br&gt;&lt;/span&gt;&lt;span style=&quot;color: rgb(99, 110, 114); text-wrap-mode: nowrap; line-height: 90%;&quot;&gt;Code&lt;/span&gt;&lt;/font&gt;&lt;/p&gt;" vertex="1">
+         <mxCell id="w2Y73H6_pt1177Ohcq_N-19" parent="1" style="text;html=1;whiteSpace=wrap;strokeColor=none;fillColor=none;align=center;verticalAlign=middle;rounded=1;" value="&lt;p style=&quot;line-height: 90%;&quot;&gt;&lt;font style=&quot;font-size: 9px;&quot;&gt;&lt;span style=&quot;color: rgb(99, 110, 114); text-wrap-mode: nowrap; line-height: 90%;&quot;&gt;Original&lt;br&gt;&lt;/span&gt;&lt;span style=&quot;color: rgb(99, 110, 114); text-wrap-mode: nowrap; line-height: 90%;&quot;&gt;Code&lt;/span&gt;&lt;/font&gt;&lt;/p&gt;" vertex="1">
          <mxGeometry height="24" width="50" x="151.5" y="146" as="geometry" />
        </mxCell>
-         <mxCell id="benchmark_container_label" parent="1" style="text;html=1;align=left;verticalAlign=middle;fontSize=11;fontColor=#2D3436;fontStyle=1;" value="&lt;font style=&quot;font-size: 12px;&quot;&gt;BENCHMARK CORPUS&lt;/font&gt;" vertex="1">
+         <mxCell id="benchmark_container_label" parent="1" style="text;html=1;align=left;verticalAlign=middle;fontSize=11;fontColor=#2D3436;fontStyle=1;rounded=1;" value="&lt;font style=&quot;font-size: 12px;&quot;&gt;BENCHMARK CORPUS&lt;/font&gt;" vertex="1">
          <mxGeometry height="20" width="140" x="12" y="110" as="geometry" />
        </mxCell>
        <mxCell id="pipe_box1" parent="1" style="rounded=1;whiteSpace=wrap;html=1;arcSize=8;fillColor=#FFFFFF;strokeColor=#0072B2;strokeWidth=1.25;fontSize=10;fontColor=#2D3436;shadow=1;" value="&lt;b&gt;Prompt Construction&lt;/b&gt;" vertex="1">
          <mxGeometry height="24" width="162" x="400" y="132" as="geometry" />
        </mxCell>
        <mxCell id="pipe_box2" parent="1" style="rounded=1;whiteSpace=wrap;html=1;arcSize=8;fillColor=#FFFFFF;strokeColor=#0072B2;strokeWidth=1.25;fontSize=10;fontColor=#2D3436;shadow=1;" value="&lt;b&gt;Code Extraction&lt;/b&gt;" vertex="1">
          <mxGeometry height="24" width="162" x="400" y="160" as="geometry" />
        </mxCell>
        <mxCell id="pipe_box3" parent="1" style="rounded=1;whiteSpace=wrap;html=1;arcSize=8;fillColor=#FFFFFF;strokeColor=#0072B2;strokeWidth=1.25;fontSize=10;fontColor=#2D3436;shadow=1;" value="&lt;b&gt;Multi-Attempt Self-Repair&lt;/b&gt;" vertex="1">
          <mxGeometry height="24" width="162" x="400" y="188" as="geometry" />
        </mxCell>
-         <mxCell id="stage_1" parent="1" style="ellipse;whiteSpace=wrap;html=1;fillColor=#2D3436;strokeColor=#2D3436;strokeWidth=0;fontSize=9;fontColor=#FFFFFF;fontStyle=1;" value="1" vertex="1">
+         <mxCell id="stage_1" parent="1" style="ellipse;whiteSpace=wrap;html=1;fillColor=#2D3436;strokeColor=#2D3436;strokeWidth=0;fontSize=9;fontColor=#FFFFFF;fontStyle=1;rounded=1;" value="1" vertex="1">
          <mxGeometry height="16" width="16" y="100" as="geometry" />
        </mxCell>
-         <mxCell id="stage_2" parent="1" style="ellipse;whiteSpace=wrap;html=1;fillColor=#2D3436;strokeColor=#2D3436;strokeWidth=0;fontSize=9;fontColor=#FFFFFF;fontStyle=1;" value="2" vertex="1">
+         <mxCell id="stage_2" parent="1" style="ellipse;whiteSpace=wrap;html=1;fillColor=#2D3436;strokeColor=#2D3436;strokeWidth=0;fontSize=9;fontColor=#FFFFFF;fontStyle=1;rounded=1;" value="2" vertex="1">
          <mxGeometry height="16" width="16" x="192" y="100" as="geometry" />
        </mxCell>
-         <mxCell id="stage_3" parent="1" style="ellipse;whiteSpace=wrap;html=1;fillColor=#2D3436;strokeColor=#2D3436;strokeWidth=0;fontSize=9;fontColor=#FFFFFF;fontStyle=1;" value="3" vertex="1">
+         <mxCell id="stage_3" parent="1" style="ellipse;whiteSpace=wrap;html=1;fillColor=#2D3436;strokeColor=#2D3436;strokeWidth=0;fontSize=9;fontColor=#FFFFFF;fontStyle=1;rounded=1;" value="3" vertex="1">
          <mxGeometry height="16" width="16" x="385.5" y="100" as="geometry" />
        </mxCell>
-         <mxCell id="stage_4" parent="1" style="ellipse;whiteSpace=wrap;html=1;fillColor=#2D3436;strokeColor=#2D3436;strokeWidth=0;fontSize=9;fontColor=#FFFFFF;fontStyle=1;" value="4" vertex="1">
+         <mxCell id="stage_4" parent="1" style="ellipse;whiteSpace=wrap;html=1;fillColor=#2D3436;strokeColor=#2D3436;strokeWidth=0;fontSize=9;fontColor=#FFFFFF;fontStyle=1;rounded=1;" value="4" vertex="1">
          <mxGeometry height="16" width="16" x="617" y="100" as="geometry" />
        </mxCell>
-         <mxCell id="stage_5" parent="1" style="ellipse;whiteSpace=wrap;html=1;fillColor=#2D3436;strokeColor=#2D3436;strokeWidth=0;fontSize=9;fontColor=#FFFFFF;fontStyle=1;" value="5" vertex="1">
+         <mxCell id="stage_5" parent="1" style="ellipse;whiteSpace=wrap;html=1;fillColor=#2D3436;strokeColor=#2D3436;strokeWidth=0;fontSize=9;fontColor=#FFFFFF;fontStyle=1;rounded=1;" value="5" vertex="1">
          <mxGeometry height="16" width="16" x="803" y="100" as="geometry" />
        </mxCell>
-         <mxCell id="harness_to_results_label" parent="1" style="text;html=1;align=center;verticalAlign=middle;fontSize=10;fontColor=#636e72;" value="&lt;font style=&quot;font-size: 9px;&quot;&gt;JSON&lt;br&gt;verdict&lt;/font&gt;" vertex="1">
+         <mxCell id="harness_to_results_label" parent="1" style="text;html=1;align=center;verticalAlign=middle;fontSize=10;fontColor=#636e72;rounded=1;" value="&lt;font color=&quot;#27ae60&quot; style=&quot;font-size:12px&quot;&gt;&lt;b&gt;✓&lt;/b&gt;&lt;/font&gt;&lt;br&gt;&lt;font style=&quot;font-size: 9px;&quot;&gt;JSON&lt;br&gt;verdict&lt;/font&gt;" vertex="1">
          <mxGeometry height="28" width="42" x="768" y="145" as="geometry" />
        </mxCell>
-         <mxCell id="metrics_compact" parent="1" style="text;html=1;align=left;verticalAlign=top;fontSize=10;fontColor=#636e72;spacingLeft=4;" value="pass@1 &amp;middot; pass@k&lt;br&gt;self-repair rate&lt;br&gt;aug. robustness&lt;br&gt;failure taxonomy&lt;br&gt;Wilson CI &amp;middot; Fisher" vertex="1">
+         <mxCell id="metrics_compact" parent="1" style="text;html=1;align=left;verticalAlign=top;fontSize=10;fontColor=#636e72;spacingLeft=4;rounded=1;" value="pass@1 &amp;middot; pass@k&lt;br&gt;self-repair rate&lt;br&gt;aug. robustness&lt;br&gt;failure taxonomy&lt;br&gt;Wilson CI &amp;middot; Fisher" vertex="1">
          <mxGeometry height="70" width="91" x="833.5" y="330" as="geometry" />
        </mxCell>
-         <mxCell id="akmjjUN86HI4yd5fyELq-3" parent="1" style="text;html=1;align=center;verticalAlign=middle;" value="&lt;font style=&quot;line-height: 90%;&quot;&gt;&lt;b style=&quot;color: rgb(110, 50, 68); font-size: 14px; line-height: 90%;&quot;&gt;API &lt;/b&gt;&lt;b style=&quot;font-size: 14px; line-height: 90%; color: rgb(110, 50, 68);&quot;&gt;&lt;font style=&quot;color: rgb(110, 50, 68);&quot;&gt;Selection&lt;/font&gt;&lt;/b&gt;&lt;br&gt;&lt;font style=&quot;font-size: 10px; color: rgb(99, 110, 114); line-height: 90%;&quot;&gt;(&lt;/font&gt;&lt;font style=&quot;font-size: 10px; line-height: 90%; color: rgb(99, 110, 114);&quot;&gt;35-repo survey, 10 APIs)&lt;/font&gt;&lt;/font&gt;" vertex="1">
+         <mxCell id="akmjjUN86HI4yd5fyELq-3" parent="1" style="text;html=1;align=center;verticalAlign=middle;rounded=1;" value="&lt;font style=&quot;line-height: 90%;&quot;&gt;&lt;b style=&quot;color: rgb(110, 50, 68); font-size: 14px; line-height: 90%;&quot;&gt;API &lt;/b&gt;&lt;b style=&quot;font-size: 14px; line-height: 90%; color: rgb(110, 50, 68);&quot;&gt;&lt;font style=&quot;color: rgb(110, 50, 68);&quot;&gt;Selection&lt;/font&gt;&lt;/b&gt;&lt;br&gt;&lt;font style=&quot;font-size: 10px; color: rgb(99, 110, 114); line-height: 90%;&quot;&gt;(&lt;/font&gt;&lt;font style=&quot;font-size: 10px; line-height: 90%; color: rgb(99, 110, 114);&quot;&gt;35-repo survey, 10 APIs)&lt;/font&gt;&lt;/font&gt;" vertex="1">
          <mxGeometry height="20" width="120" x="-160" y="116" as="geometry" />
        </mxCell>
        <mxCell id="akmjjUN86HI4yd5fyELq-14" parent="1" style="rounded=1;whiteSpace=wrap;html=1;arcSize=8;fillColor=#FFFFFF;strokeColor=#C8607A;strokeWidth=1.25;fontSize=10;fontColor=#2D3436;shadow=1;align=left;" value="&lt;div style=&quot;line-height: 90%;&quot;&gt;&lt;font style=&quot;color: rgb(110, 50, 68);&quot;&gt;&lt;font style=&quot;font-weight: bold; font-size: 12px; line-height: 90%;&quot;&gt;CUDA&lt;/font&gt;&lt;br&gt;&lt;/font&gt;&lt;font style=&quot;font-size: 8px; line-height: 90%; color: rgb(99, 110, 114);&quot;&gt;GPU-native (source)&lt;/font&gt;&lt;div&gt;&lt;font style=&quot;font-size: 8px; line-height: 90%; color: rgb(99, 110, 114);&quot;&gt;13 / 35 repos - most kernel coverage&lt;/font&gt;&lt;/div&gt;&lt;/div&gt;" vertex="1">
          <mxGeometry height="50" width="110" x="-155" y="140" as="geometry" />
        </mxCell>
        <mxCell id="akmjjUN86HI4yd5fyELq-16" parent="1" style="rounded=1;whiteSpace=wrap;html=1;arcSize=8;fillColor=#FFFFFF;strokeColor=#C8607A;strokeWidth=1.25;fontSize=10;fontColor=#2D3436;shadow=1;align=left;" value="&lt;span style=&quot;line-height: 90%;&quot;&gt;&lt;font style=&quot;color: rgb(110, 50, 68);&quot;&gt;&lt;font style=&quot;font-weight: bold; font-size: 12px;&quot;&gt;OpenMP&lt;/font&gt;&lt;br&gt;&lt;/font&gt;&lt;font style=&quot;font-size: 8px; color: rgb(99, 110, 114); line-height: 90%;&quot;&gt;Directive-based CPU&lt;br&gt;472 kernel pairs&lt;br&gt;(largest CPU target)&lt;/font&gt;&lt;/span&gt;" vertex="1">
          <mxGeometry height="60" width="110" x="-155" y="196" as="geometry" />
        </mxCell>
        <mxCell id="akmjjUN86HI4yd5fyELq-17" parent="1" style="rounded=1;whiteSpace=wrap;html=1;arcSize=8;fillColor=#FFFFFF;strokeColor=#C8607A;strokeWidth=1.25;fontSize=10;fontColor=#2D3436;shadow=1;align=left;" value="&lt;font&gt;&lt;b style=&quot;color: rgb(110, 50, 68);&quot;&gt;OpenMP Offload&lt;/b&gt;&lt;br&gt;&lt;font style=&quot;font-size: 8px; color: rgb(99, 110, 114);&quot;&gt;(case study only)&lt;/font&gt;&lt;/font&gt;" vertex="1">
          <mxGeometry height="30" width="110" x="-155" y="316.5" as="geometry" />
        </mxCell>
        <mxCell id="akmjjUN86HI4yd5fyELq-18" parent="1" style="rounded=1;whiteSpace=wrap;html=1;arcSize=8;fillColor=#FFFFFF;strokeColor=#C8607A;strokeWidth=1.25;fontSize=10;fontColor=#2D3436;shadow=1;align=left;" value="&lt;div style=&quot;line-height: 90%;&quot;&gt;&lt;font style=&quot;color: rgb(110, 50, 68);&quot;&gt;&lt;b&gt;OpenCL&lt;/b&gt;&lt;br&gt;&lt;/font&gt;&lt;font style=&quot;font-size: 8px; color: rgb(99, 110, 114); line-height: 90%;&quot;&gt;Heterogenous compute&lt;br&gt;Qualidtatively different programming model&lt;/font&gt;&lt;/div&gt;" vertex="1">
          <mxGeometry height="45" width="110" x="-155" y="264" as="geometry" />
        </mxCell>
-         <mxCell id="akmjjUN86HI4yd5fyELq-11" parent="1" style="ellipse;whiteSpace=wrap;html=1;fillColor=#2D3436;strokeColor=#2D3436;strokeWidth=0;fontSize=9;fontColor=#FFFFFF;fontStyle=1;" value="0" vertex="1">
+         <mxCell id="akmjjUN86HI4yd5fyELq-11" parent="1" style="ellipse;whiteSpace=wrap;html=1;fillColor=#2D3436;strokeColor=#2D3436;strokeWidth=0;fontSize=9;fontColor=#FFFFFF;fontStyle=1;rounded=1;" value="0" vertex="1">
          <mxGeometry height="16" width="16" x="-180" y="100" as="geometry" />
        </mxCell>
        <mxCell id="akmjjUN86HI4yd5fyELq-19" edge="1" parent="1" source="akmjjUN86HI4yd5fyELq-2" style="strokeColor=#2D3436;strokeWidth=1.5;endArrow=block;endFill=1;endSize=6;exitX=1;exitY=0.25;exitDx=0;exitDy=0;entryX=0;entryY=0.25;entryDx=0;entryDy=0;" target="benchmark_container">
          <mxGeometry relative="1" as="geometry">
            <mxPoint x="-20" y="184" as="sourcePoint" />
            <mxPoint x="10" y="184" as="targetPoint" />
          </mxGeometry>
        </mxCell>
-         <mxCell id="akmjjUN86HI4yd5fyELq-20" parent="1" style="text;html=1;whiteSpace=wrap;strokeColor=none;fillColor=none;align=center;verticalAlign=middle;rounded=0;" value="&lt;div style=&quot;line-height: 90%;&quot;&gt;&lt;div&gt;&lt;font style=&quot;font-size: 10px; line-height: 90%;&quot;&gt;Translated Output matches&amp;nbsp;&lt;span style=&quot;background-color: transparent; color: light-dark(rgb(0, 0, 0), rgb(255, 255, 255));&quot;&gt;expected pattern?&lt;br&gt;&lt;/span&gt;&lt;span style=&quot;background-color: transparent; color: light-dark(rgb(0, 0, 0), rgb(255, 255, 255));&quot;&gt;+&lt;/span&gt;&lt;/font&gt;&lt;/div&gt;&lt;div&gt;&lt;font style=&quot;font-size: 10px; line-height: 90%;&quot;&gt;&amp;nbsp;Process exited&lt;/font&gt;&lt;/div&gt;&lt;div&gt;&lt;font style=&quot;font-size: 10px; line-height: 90%;&quot;&gt;&amp;nbsp; cleanly?&lt;/font&gt;&lt;/div&gt;&lt;/div&gt;" vertex="1">
+         <mxCell id="akmjjUN86HI4yd5fyELq-20" parent="1" style="text;html=1;whiteSpace=wrap;strokeColor=none;fillColor=none;align=center;verticalAlign=middle;rounded=1;" value="&lt;div style=&quot;line-height: 90%;&quot;&gt;&lt;div&gt;&lt;font style=&quot;font-size: 10px; line-height: 90%;&quot;&gt;Translated Output matches&amp;nbsp;&lt;span style=&quot;background-color: transparent; color: light-dark(rgb(0, 0, 0), rgb(255, 255, 255));&quot;&gt;expected pattern?&lt;br&gt;&lt;/span&gt;&lt;span style=&quot;background-color: transparent; color: light-dark(rgb(0, 0, 0), rgb(255, 255, 255));&quot;&gt;+&lt;/span&gt;&lt;/font&gt;&lt;/div&gt;&lt;div&gt;&lt;font style=&quot;font-size: 10px; line-height: 90%;&quot;&gt;&amp;nbsp;Process exited&lt;/font&gt;&lt;/div&gt;&lt;div&gt;&lt;font style=&quot;font-size: 10px; line-height: 90%;&quot;&gt;&amp;nbsp; cleanly?&lt;/font&gt;&lt;/div&gt;&lt;/div&gt;" vertex="1">
          <mxGeometry height="30" width="110" x="640.5" y="340.5" as="geometry" />
        </mxCell>
        <mxCell id="akmjjUN86HI4yd5fyELq-23" edge="1" parent="1" source="pipeline_container" style="strokeColor=#2D3436;strokeWidth=1.5;endArrow=block;endFill=1;endSize=6;exitX=1.005;exitY=0.376;exitDx=0;exitDy=0;entryX=-0.001;entryY=0.375;entryDx=0;entryDy=0;entryPerimeter=0;exitPerimeter=0;" target="harness_container">
          <mxGeometry relative="1" as="geometry">
            <mxPoint x="572" y="225" as="sourcePoint" />
            <mxPoint x="623" y="226" as="targetPoint" />
          </mxGeometry>
        </mxCell>
-         <mxCell id="akmjjUN86HI4yd5fyELq-26" connectable="0" parent="akmjjUN86HI4yd5fyELq-23" style="edgeLabel;html=1;align=center;verticalAlign=middle;resizable=0;points=[];fontSize=10;" value="k = 3" vertex="1">
+         <mxCell id="akmjjUN86HI4yd5fyELq-26" connectable="0" parent="akmjjUN86HI4yd5fyELq-23" style="edgeLabel;html=1;align=center;verticalAlign=middle;resizable=0;points=[];fontSize=10;rounded=1;" value="k = 3" vertex="1">
          <mxGeometry relative="1" x="-0.0956" as="geometry">
            <mxPoint x="3" as="offset" />
          </mxGeometry>
        </mxCell>
-         <mxCell id="X_smrMtmK8TFg0V116sj-2" parent="1" style="text;html=1;whiteSpace=wrap;strokeColor=none;fillColor=none;align=left;verticalAlign=middle;rounded=0;" value="&lt;font style=&quot;color: rgb(99, 110, 114); font-size: 8px; line-height: 100%;&quot;&gt;Excluded: HIP/SYCL = API renaming. OpenACC = low coverage(3/35 repos&lt;/font&gt;&lt;span style=&quot;color: rgb(99, 110, 114); font-size: 8px; background-color: transparent;&quot;&gt;)&lt;/span&gt;" vertex="1">
+         <mxCell id="X_smrMtmK8TFg0V116sj-2" parent="1" style="text;html=1;whiteSpace=wrap;strokeColor=none;fillColor=none;align=left;verticalAlign=middle;rounded=1;" value="&lt;font style=&quot;color: rgb(99, 110, 114); font-size: 8px; line-height: 100%;&quot;&gt;Excluded: HIP/SYCL = API renaming. OpenACC = low coverage(3/35 repos&lt;/font&gt;&lt;span style=&quot;color: rgb(99, 110, 114); font-size: 8px; background-color: transparent;&quot;&gt;)&lt;/span&gt;" vertex="1">
          <mxGeometry height="30" width="125" x="-160" y="361.5" as="geometry" />
+         </mxCell>
+         <mxCell id="oNcubOaH34LGjMKyqQGY-1" parent="1" style="rounded=1;whiteSpace=wrap;html=1;arcSize=3;fillColor=#DDFFD3;strokeColor=#009900;strokeWidth=2;shadow=1;" value="&lt;b&gt;Spec Config&lt;/b&gt;" vertex="1">
+           <mxGeometry height="30" width="80" x="240" y="443" as="geometry" />
+         </mxCell>
+         <mxCell id="oNcubOaH34LGjMKyqQGY-2" edge="1" parent="1" source="benchmark_container" style="endArrow=classic;html=1;rounded=1;entryX=0;entryY=0.5;entryDx=0;entryDy=0;exitX=0.5;exitY=1;exitDx=0;exitDy=0;edgeStyle=orthogonalEdgeStyle;curved=0;strokeWidth=1.5;" target="oNcubOaH34LGjMKyqQGY-1" value="">
+           <mxGeometry height="50" relative="1" width="50" as="geometry">
+             <mxPoint x="140" y="510" as="sourcePoint" />
+             <mxPoint x="190" y="460" as="targetPoint" />
+           </mxGeometry>
+         </mxCell>
+         <mxCell id="oNcubOaH34LGjMKyqQGY-3" edge="1" parent="1" source="oNcubOaH34LGjMKyqQGY-1" style="endArrow=classic;html=1;rounded=1;exitX=1;exitY=0.5;exitDx=0;exitDy=0;entryX=0.5;entryY=1;entryDx=0;entryDy=0;edgeStyle=orthogonalEdgeStyle;strokeWidth=1.5;elbow=vertical;flowAnimation=0;shadow=0;" target="harness_container" value="">
+           <mxGeometry height="50" relative="1" width="50" as="geometry">
+             <Array as="points">
+               <mxPoint x="695" y="458" />
+             </Array>
+             <mxPoint x="250" y="470" as="sourcePoint" />
+             <mxPoint x="480" y="458" as="targetPoint" />
+           </mxGeometry>
+         </mxCell>
+         <mxCell id="oNcubOaH34LGjMKyqQGY-12" edge="1" parent="1" style="endArrow=classic;html=1;rounded=1;entryX=0.5;entryY=1;entryDx=0;entryDy=0;startSize=6;endSize=6;strokeWidth=1.5;" target="pipeline_container" value="">
+           <mxGeometry height="50" relative="1" width="50" as="geometry">
+             <mxPoint x="481" y="458" as="sourcePoint" />
+             <mxPoint x="500" y="410" as="targetPoint" />
+           </mxGeometry>
+         </mxCell>
+         <mxCell id="build_fail_back" edge="1" parent="1" source="build_box" target="pipe_box3" style="edgeStyle=orthogonalEdgeStyle;strokeColor=#C8607A;strokeWidth=1.4;endArrow=block;endFill=1;endSize=5;exitX=0.5;exitY=1;exitDx=0;exitDy=0;entryX=1;entryY=0.25;entryDx=0;entryDy=0;html=1;">
+           <mxGeometry relative="1" as="geometry">
+             <Array as="points">
+               <mxPoint x="695" y="450" />
+               <mxPoint x="562" y="450" />
+             </Array>
+           </mxGeometry>
+         </mxCell>
+         <mxCell id="build_fail_label" connectable="0" parent="build_fail_back" style="edgeLabel;html=1;align=center;verticalAlign=middle;resizable=0;points=[];fontSize=9;fontColor=#C8607A;fontStyle=1;" value="✗ BUILD_FAIL" vertex="1">
+           <mxGeometry relative="1" x="-0.1" as="geometry">
+             <mxPoint x="0" y="-12" as="offset" />
+           </mxGeometry>
+         </mxCell>
+         <mxCell id="run_fail_back" edge="1" parent="1" source="run_box" target="pipe_box3" style="edgeStyle=orthogonalEdgeStyle;strokeColor=#D48A35;strokeWidth=1.4;endArrow=block;endFill=1;endSize=5;exitX=0.5;exitY=1;exitDx=0;exitDy=0;entryX=1;entryY=0.5;entryDx=0;entryDy=0;html=1;">
+           <mxGeometry relative="1" as="geometry">
+             <Array as="points">
+               <mxPoint x="695" y="465" />
+               <mxPoint x="562" y="465" />
+             </Array>
+           </mxGeometry>
+         </mxCell>
+         <mxCell id="run_fail_label" connectable="0" parent="run_fail_back" style="edgeLabel;html=1;align=center;verticalAlign=middle;resizable=0;points=[];fontSize=9;fontColor=#D48A35;fontStyle=1;" value="✗ RUN_FAIL" vertex="1">
+           <mxGeometry relative="1" x="-0.1" as="geometry">
+             <mxPoint x="0" y="-12" as="offset" />
+           </mxGeometry>
+         </mxCell>
+         <mxCell id="verify_fail_back" edge="1" parent="1" source="verify_box" target="pipe_box3" style="edgeStyle=orthogonalEdgeStyle;strokeColor=#E6A84D;strokeWidth=1.4;endArrow=block;endFill=1;endSize=5;exitX=0.5;exitY=1;exitDx=0;exitDy=0;entryX=1;entryY=0.75;entryDx=0;entryDy=0;html=1;">
+           <mxGeometry relative="1" as="geometry">
+             <Array as="points">
+               <mxPoint x="695" y="480" />
+               <mxPoint x="562" y="480" />
+             </Array>
+           </mxGeometry>
+         </mxCell>
+         <mxCell id="verify_fail_label" connectable="0" parent="verify_fail_back" style="edgeLabel;html=1;align=center;verticalAlign=middle;resizable=0;points=[];fontSize=9;fontColor=#E6A84D;fontStyle=1;" value="✗ VERIFY_FAIL" vertex="1">
+           <mxGeometry relative="1" x="-0.1" as="geometry">
+             <mxPoint x="0" y="-12" as="offset" />
+           </mxGeometry>
        </mxCell>
      </root>
    </mxGraphModel>
  </diagram>
</mxfile>
